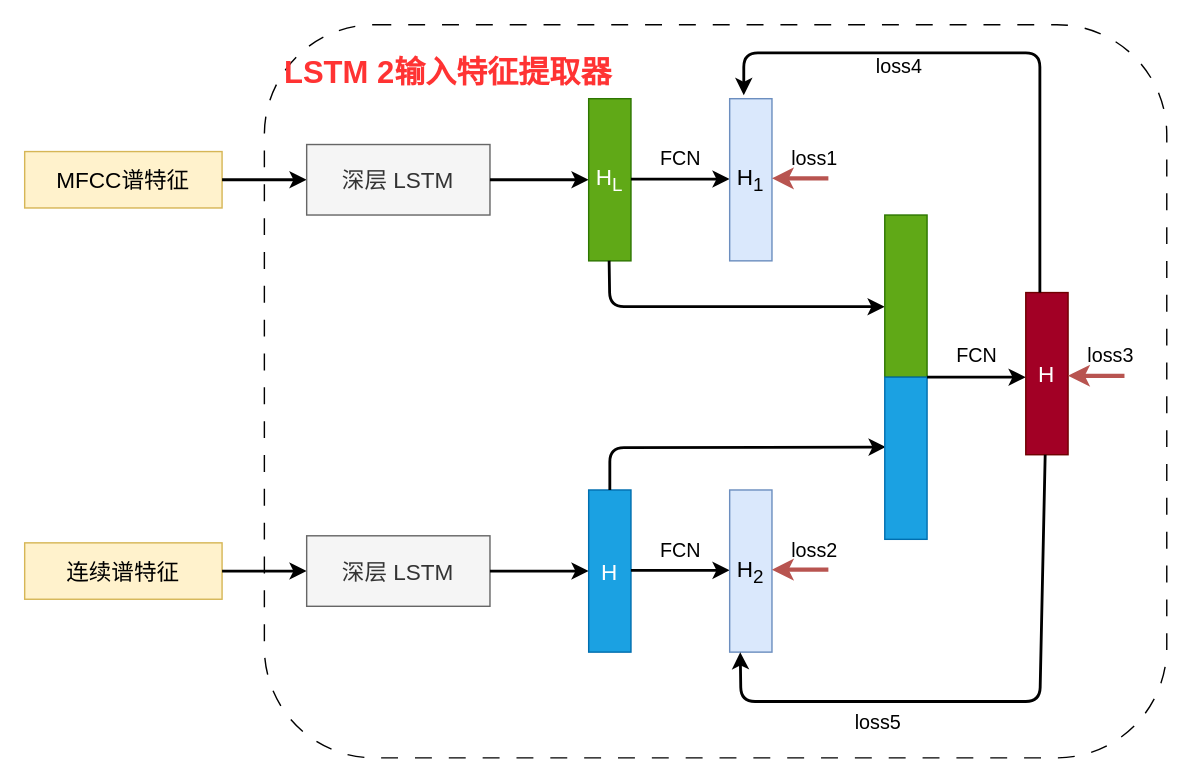
Before: page "第 1 页" (1 of 2) of 水下目标提取标书/LSTM特征提取.drawio in Corner430/drawio, a draw.io diagram. Source tidied: cells renumbered, new cells numbered last; positions are measured from the earlier drawing's top-left corner, leaving out a move shared by most shapes. Both pictures are drawn from the tidied source at 141%, with x=0, y=0 at pixel (24, 24).
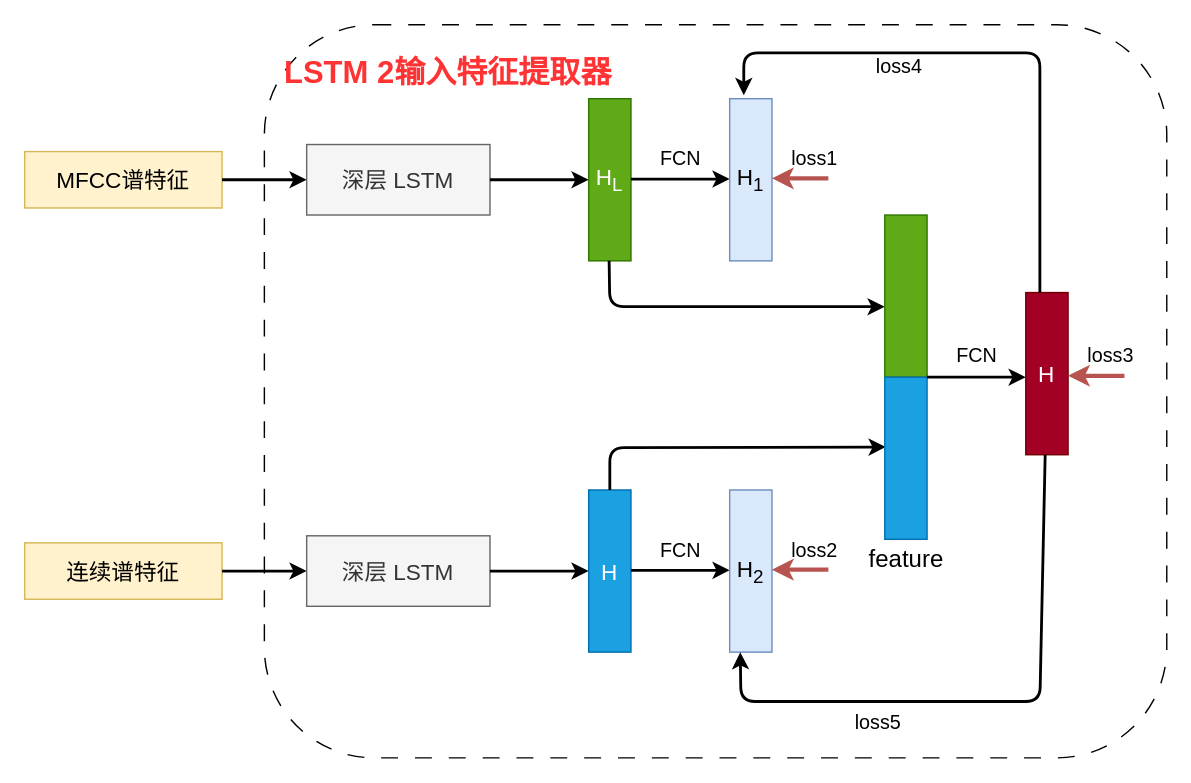
The same page after the edit.

What changed in the source:
```diff
@@
+    <mxCell id="38" value="&lt;font style=&quot;font-size: 17px;&quot;&gt;feature&lt;/font&gt;" style="text;html=1;align=center;verticalAlign=middle;strokeColor=none;fillColor=none;" parent="1" vertex="1">
+      <mxGeometry x="585" y="365" width="80" height="30" as="geometry" />
+    </mxCell>
```
